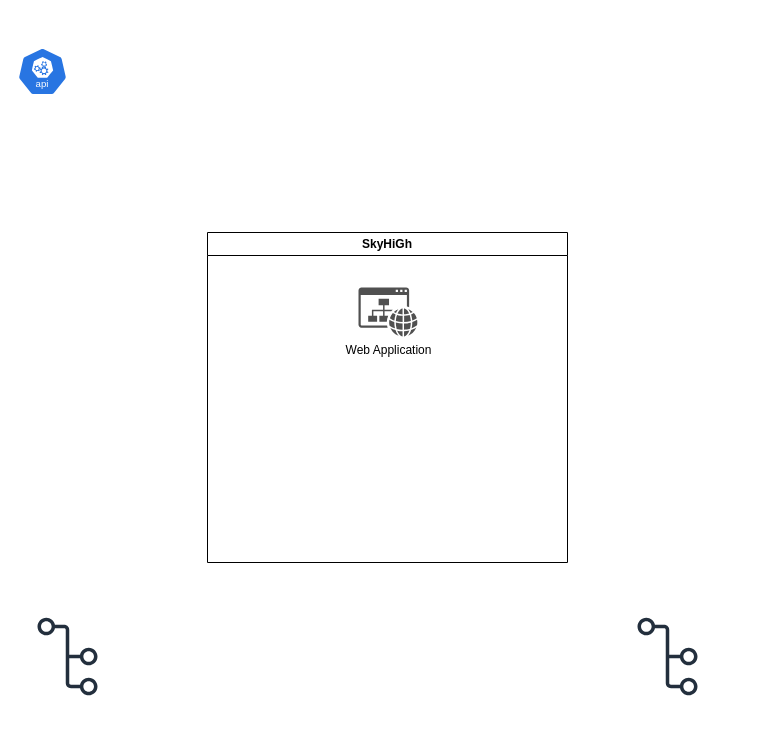
This is initial_systemdesign.drawio from skogkursbachelor/diagrams, a draw.io file, before an edit. Source tidied: cells renumbered, new cells numbered last; positions are measured from the earlier drawing's top-left corner, leaving out a move shared by most shapes. Both pictures are drawn from the tidied source at 100%, with x=0, y=0 at pixel (17, 47). Pictures stored in the file or linked from it are replaced by grey dashed boxes.
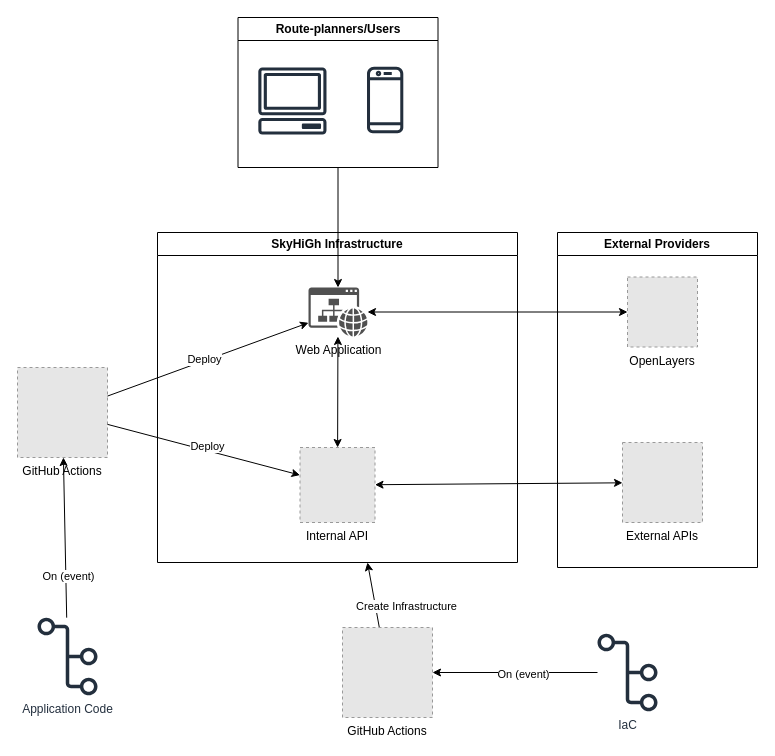
After the change.

The change refers to these unchanged cells:
```xml
<mxCell id="5" value="Web Application" style="sketch=0;shadow=0;dashed=0;html=1;strokeColor=none;fillColor=#505050;labelPosition=center;verticalLabelPosition=bottom;verticalAlign=top;outlineConnect=0;align=center;shape=mxgraph.office.concepts.website;" parent="4" vertex="1">
  <mxGeometry x="151" y="55" width="59" height="49" as="geometry" />
</mxCell>
```

The edit, as a diff of the source:
```diff
@@
-    <mxCell id="2" style="sketch=0;outlineConnect=0;fontColor=#232F3E;gradientColor=none;fillColor=#232F3D;strokeColor=none;dashed=0;verticalLabelPosition=bottom;verticalAlign=top;align=center;html=1;fontSize=12;fontStyle=0;shape=mxgraph.aws4.git_repository;" parent="1" vertex="1">
+    <mxCell id="2" value="Application Code" style="sketch=0;outlineConnect=0;fontColor=#232F3E;gradientColor=none;fillColor=#232F3D;strokeColor=none;dashed=0;verticalLabelPosition=bottom;verticalAlign=top;align=center;html=1;fontSize=12;fontStyle=0;shape=mxgraph.aws4.git_repository;" parent="1" vertex="1">
       <mxGeometry x="20" y="570" width="60" height="78" as="geometry" />
     </mxCell>
-    <mxCell id="3" style="sketch=0;outlineConnect=0;fontColor=#232F3E;gradientColor=none;fillColor=#232F3D;strokeColor=none;dashed=0;verticalLabelPosition=bottom;verticalAlign=top;align=center;html=1;fontSize=12;fontStyle=0;shape=mxgraph.aws4.git_repository;" parent="1" vertex="1">
-      <mxGeometry x="620" y="570" width="60" height="78" as="geometry" />
+    <mxCell id="3" value="IaC" style="sketch=0;outlineConnect=0;fontColor=#232F3E;gradientColor=none;fillColor=#232F3D;strokeColor=none;dashed=0;verticalLabelPosition=bottom;verticalAlign=top;align=center;html=1;fontSize=12;fontStyle=0;shape=mxgraph.aws4.git_repository;" parent="1" vertex="1">
+      <mxGeometry x="580" y="586" width="60" height="78" as="geometry" />
     </mxCell>
-    <mxCell id="4" value="SkyHiGh" style="swimlane;whiteSpace=wrap;html=1;" parent="1" vertex="1">
-      <mxGeometry x="190" y="185" width="360" height="330" as="geometry" />
+    <mxCell id="4" value="SkyHiGh Infrastructure" style="swimlane;whiteSpace=wrap;html=1;" parent="1" vertex="1">
+      <mxGeometry x="140" y="185" width="360" height="330" as="geometry" />
     </mxCell>
@@
-    <mxCell id="6" style="sketch=0;html=1;dashed=0;whitespace=wrap;verticalLabelPosition=bottom;verticalAlign=top;fillColor=#2875E2;strokeColor=#ffffff;shape=mxgraph.kubernetes.icon2;kubernetesLabel=1;prIcon=api;" parent="1" vertex="1">
-      <mxGeometry width="50" height="48" as="geometry" />
-    </mxCell>
+    <mxCell id="7" value="Internal API" style="fillColor=#E6E6E6;strokeColor=#999999;dashed=1;verticalLabelPosition=bottom;labelBackgroundColor=default;verticalAlign=top;" parent="4" vertex="1">
+      <mxGeometry x="142.5" y="215" width="75" height="75" as="geometry" />
+    </mxCell>
+    <mxCell id="8" style="endArrow=classic;startArrow=classic;html=1;rounded=0;" parent="4" edge="1" source="7" target="5">
+      <mxGeometry relative="1" as="geometry" />
+    </mxCell>
+    <mxCell id="9" value="Create Infrastructure" style="endArrow=classic;html=1;rounded=0;" parent="1" edge="1" source="11" target="4">
+      <mxGeometry x="-0.48" y="-31" relative="1" as="geometry">
+        <mxPoint y="1" as="offset" />
+      </mxGeometry>
+    </mxCell>
+    <mxCell id="10" value="GitHub Actions" style="fillColor=#E6E6E6;strokeColor=#999999;dashed=1;verticalLabelPosition=bottom;labelBackgroundColor=default;verticalAlign=top;" parent="1" vertex="1">
+      <mxGeometry y="320" width="90" height="90" as="geometry" />
+    </mxCell>
+    <mxCell id="11" value="GitHub Actions" style="fillColor=#E6E6E6;strokeColor=#999999;dashed=1;verticalLabelPosition=bottom;labelBackgroundColor=default;verticalAlign=top;" parent="1" vertex="1">
+      <mxGeometry x="325" y="580" width="90" height="90" as="geometry" />
+    </mxCell>
+    <mxCell id="12" style="endArrow=classic;html=1;rounded=0;" parent="1" edge="1" source="3" target="11">
+      <mxGeometry relative="1" as="geometry" />
+    </mxCell>
+    <mxCell id="13" value="On (event)" style="edgeLabel;html=1;align=center;verticalAlign=middle;" parent="12" vertex="1">
+      <mxGeometry x="-0.09" y="1" relative="1" as="geometry" />
+    </mxCell>
+    <mxCell id="14" value="Route-planners/Users" style="swimlane;whiteSpace=wrap;html=1;" parent="1" vertex="1">
+      <mxGeometry x="220.5" y="-30" width="200" height="150" as="geometry" />
+    </mxCell>
+    <mxCell id="15" style="sketch=0;fontColor=#232F3E;gradientColor=none;fillColor=#232F3D;strokeColor=none;dashed=0;verticalLabelPosition=bottom;verticalAlign=top;align=center;html=1;fontSize=12;fontStyle=0;shape=mxgraph.aws4.mobile_client;" parent="14" vertex="1">
+      <mxGeometry x="129" y="48" width="36.3" height="69" as="geometry" />
+    </mxCell>
+    <mxCell id="16" style="sketch=0;fontColor=#232F3E;gradientColor=none;fillColor=#232F3D;strokeColor=none;dashed=0;verticalLabelPosition=bottom;verticalAlign=top;align=center;html=1;fontSize=12;fontStyle=0;shape=mxgraph.aws4.client;" parent="14" vertex="1">
+      <mxGeometry x="20" y="50" width="68.8" height="67" as="geometry" />
+    </mxCell>
+    <mxCell id="17" style="endArrow=classic;html=1;rounded=0;" parent="1" edge="1" source="2" target="10">
+      <mxGeometry relative="1" as="geometry" />
+    </mxCell>
+    <mxCell id="18" value="On (event)" style="edgeLabel;html=1;align=center;verticalAlign=middle;" parent="17" vertex="1">
+      <mxGeometry x="-0.48" y="-2" relative="1" as="geometry" />
+    </mxCell>
+    <mxCell id="19" style="endArrow=classic;html=1;rounded=0;" parent="1" edge="1" source="10" target="7">
+      <mxGeometry relative="1" as="geometry" />
+    </mxCell>
+    <mxCell id="20" value="Deploy" style="edgeLabel;html=1;align=center;verticalAlign=middle;" parent="19" vertex="1">
+      <mxGeometry x="0.02" y="4" relative="1" as="geometry" />
+    </mxCell>
+    <mxCell id="21" style="endArrow=classic;html=1;rounded=0;" parent="1" edge="1" source="10" target="5">
+      <mxGeometry relative="1" as="geometry" />
+    </mxCell>
+    <mxCell id="22" value="Deploy" style="edgeLabel;html=1;align=center;verticalAlign=middle;" parent="21" vertex="1">
+      <mxGeometry x="-0.04" y="2" relative="1" as="geometry" />
+    </mxCell>
+    <mxCell id="23" value="External Providers" style="swimlane;whiteSpace=wrap;html=1;" parent="1" vertex="1">
+      <mxGeometry x="540" y="185" width="200" height="335" as="geometry" />
+    </mxCell>
+    <mxCell id="24" value="OpenLayers" style="fillColor=#E6E6E6;strokeColor=#999999;dashed=1;verticalLabelPosition=bottom;labelBackgroundColor=default;verticalAlign=top;" parent="23" vertex="1">
+      <mxGeometry x="70" y="44.5" width="70" height="70" as="geometry" />
+    </mxCell>
+    <mxCell id="25" value="External APIs" style="fillColor=#E6E6E6;strokeColor=#999999;dashed=1;verticalLabelPosition=bottom;labelBackgroundColor=default;verticalAlign=top;" parent="23" vertex="1">
+      <mxGeometry x="65" y="210" width="80" height="80" as="geometry" />
+    </mxCell>
+    <mxCell id="26" style="endArrow=classic;startArrow=classic;html=1;rounded=0;" parent="1" edge="1" source="7" target="25">
+      <mxGeometry relative="1" as="geometry" />
+    </mxCell>
+    <mxCell id="27" style="endArrow=classic;startArrow=classic;html=1;rounded=0;" parent="1" edge="1" source="5" target="24">
+      <mxGeometry relative="1" as="geometry" />
+    </mxCell>
+    <mxCell id="28" style="endArrow=classic;html=1;rounded=0;" parent="1" edge="1" source="14" target="5">
+      <mxGeometry relative="1" as="geometry" />
+    </mxCell>
```
